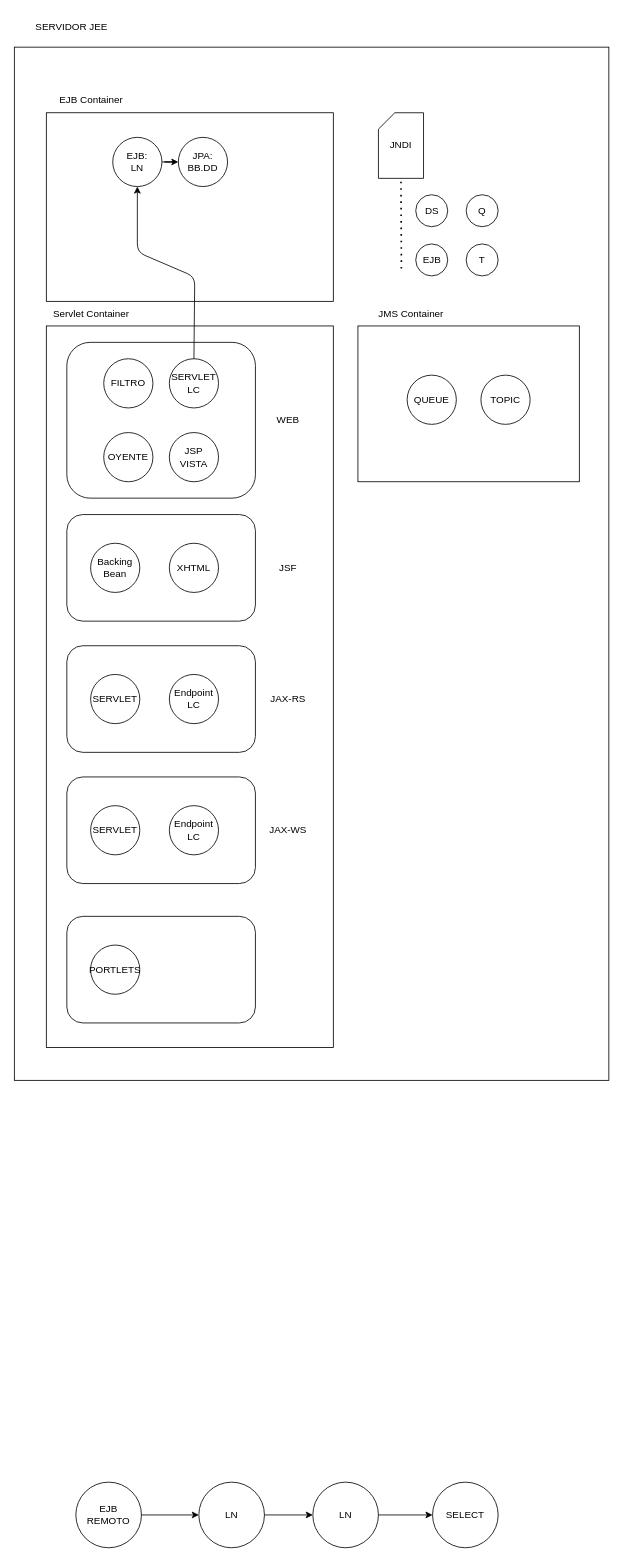
Above: page "Página-1" (1 of 30) of diagramas.drawio in lrag/JEE (draw.io), before the change. Source tidied: cells renumbered, new cells numbered last; positions are measured from the earlier drawing's top-left corner, leaving out a move shared by most shapes. Both pictures are drawn from the tidied source at 82%, with x=0, y=0 at pixel (14, 14).
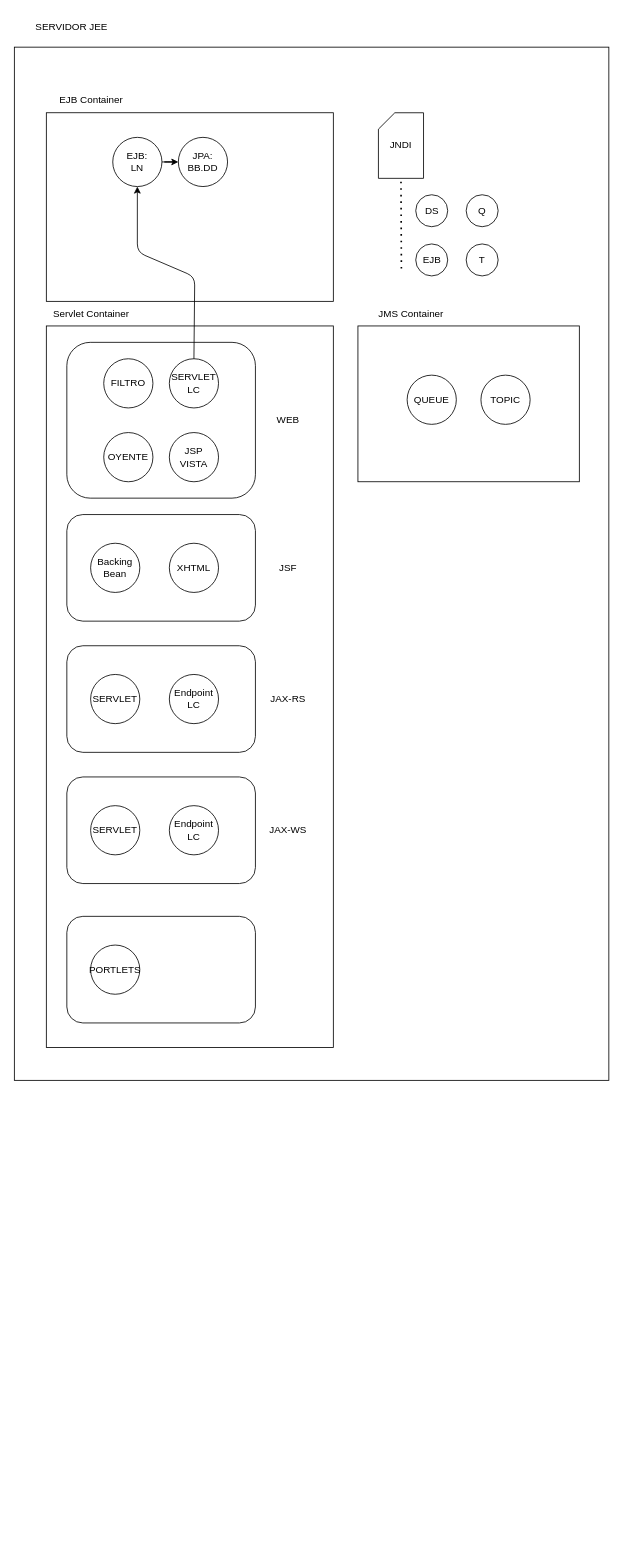
The same diagram, later.

Change to the diagram source:
```diff
@@
-    <mxCell id="39" value="SELECT" style="ellipse;whiteSpace=wrap;html=1;" parent="1" vertex="1">
-      <mxGeometry x="510" y="1790" width="80" height="80" as="geometry" />
-    </mxCell>
-    <mxCell id="40" style="edgeStyle=orthogonalEdgeStyle;rounded=0;jettySize=auto;html=1;" parent="1" edge="1" source="41" target="39">
-      <mxGeometry relative="1" as="geometry" />
-    </mxCell>
-    <mxCell id="41" value="LN" style="ellipse;whiteSpace=wrap;html=1;" parent="1" vertex="1">
-      <mxGeometry x="364" y="1790" width="80" height="80" as="geometry" />
-    </mxCell>
-    <mxCell id="42" style="edgeStyle=orthogonalEdgeStyle;rounded=0;jettySize=auto;html=1;" parent="1" edge="1" source="43" target="41">
-      <mxGeometry relative="1" as="geometry" />
-    </mxCell>
-    <mxCell id="43" value="LN" style="ellipse;whiteSpace=wrap;html=1;" parent="1" vertex="1">
-      <mxGeometry x="225" y="1790" width="80" height="80" as="geometry" />
-    </mxCell>
-    <mxCell id="44" style="edgeStyle=orthogonalEdgeStyle;rounded=0;jettySize=auto;html=1;" parent="1" edge="1" source="45" target="43">
-      <mxGeometry relative="1" as="geometry" />
-    </mxCell>
-    <mxCell id="45" value="EJB&lt;br&gt;REMOTO" style="ellipse;whiteSpace=wrap;html=1;" parent="1" vertex="1">
-      <mxGeometry x="75" y="1790" width="80" height="80" as="geometry" />
-    </mxCell>
```
